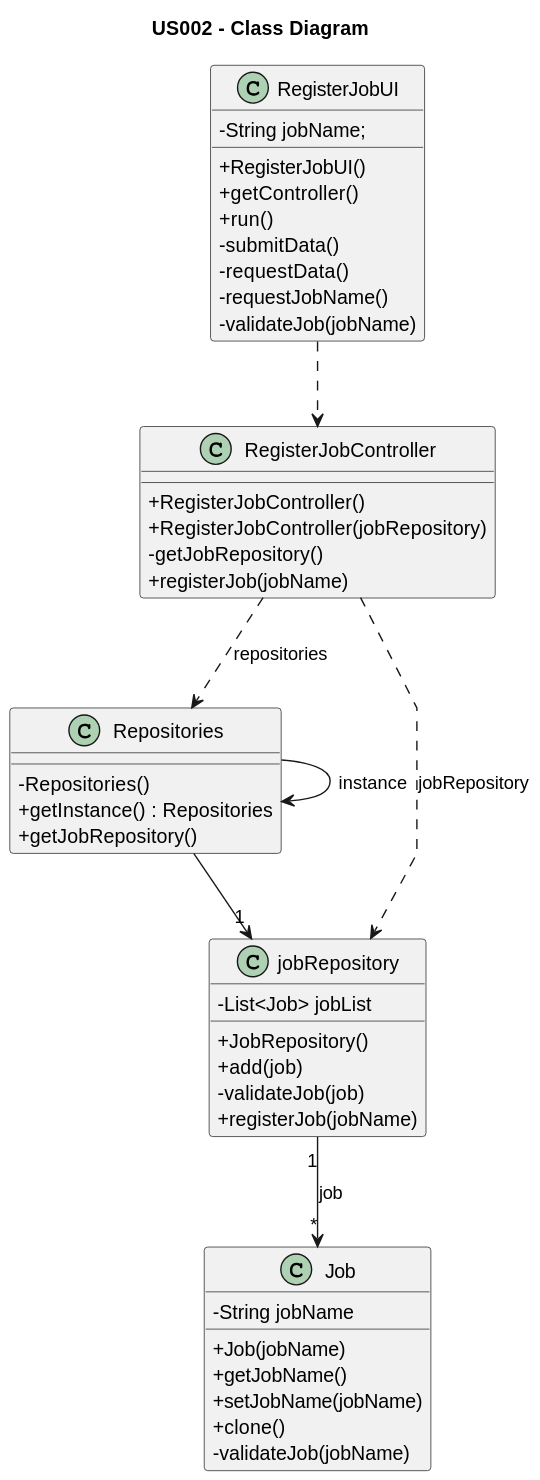
The PlantUML diagram docs/sprintB/us002/03.design/svg/us002-class-diagram.svg in Rui-San/LAPR2_2023_2024, before a commit.
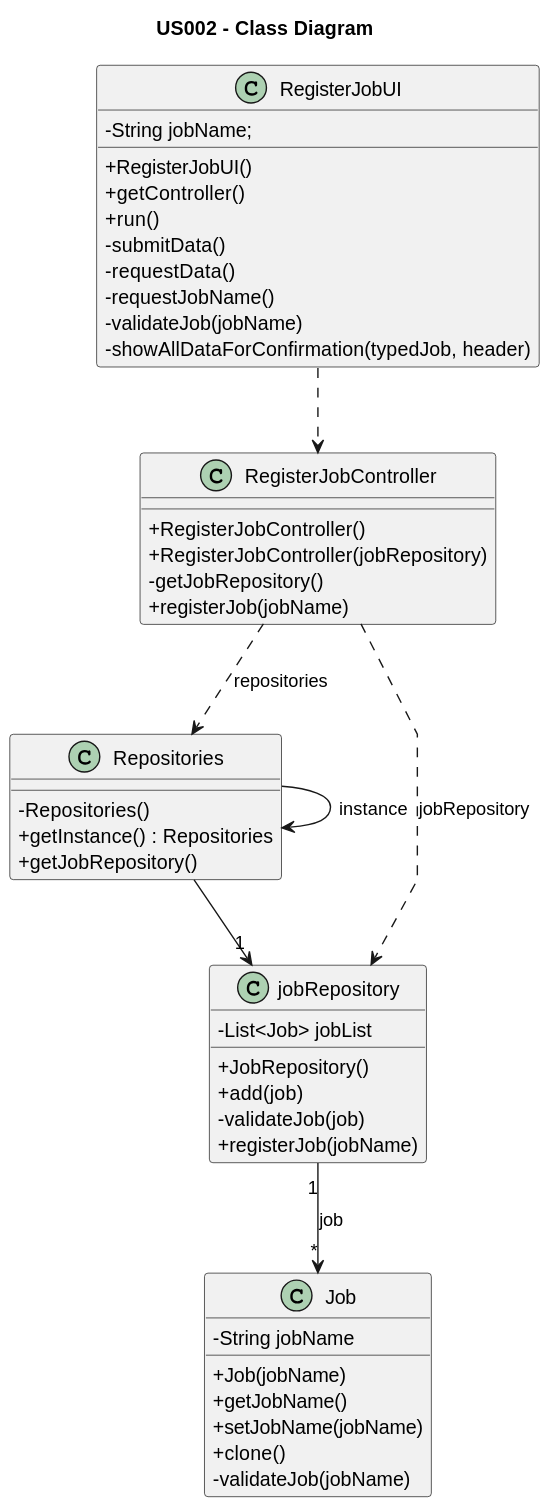
After the change.

Commit message:
Register Job/Skill UI update - added method to show all data before submiting, so user can accept/reject (according to sequence diagram)

The edit, as a diff of the source:
```diff
@@ -26,6 +26,7 @@
     - requestData()
     - requestJobName()
     - validateJob(jobName)
+    - showAllDataForConfirmation(typedJob, header)
 
 }
 
```
